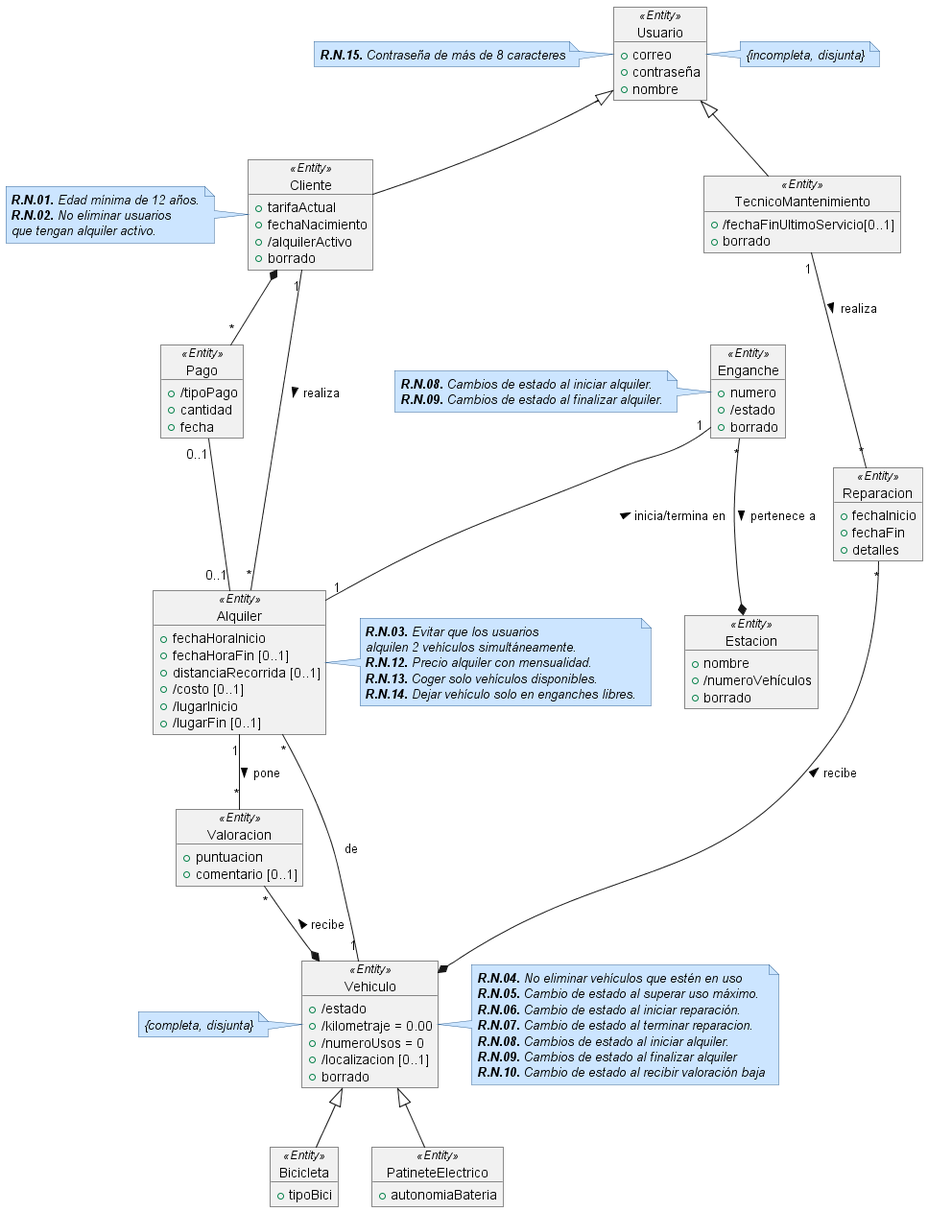
The PlantUML diagram modelos_conceptuales/DiagramaClases.png in VVF2245/EasyVPM-Database, before a commit.
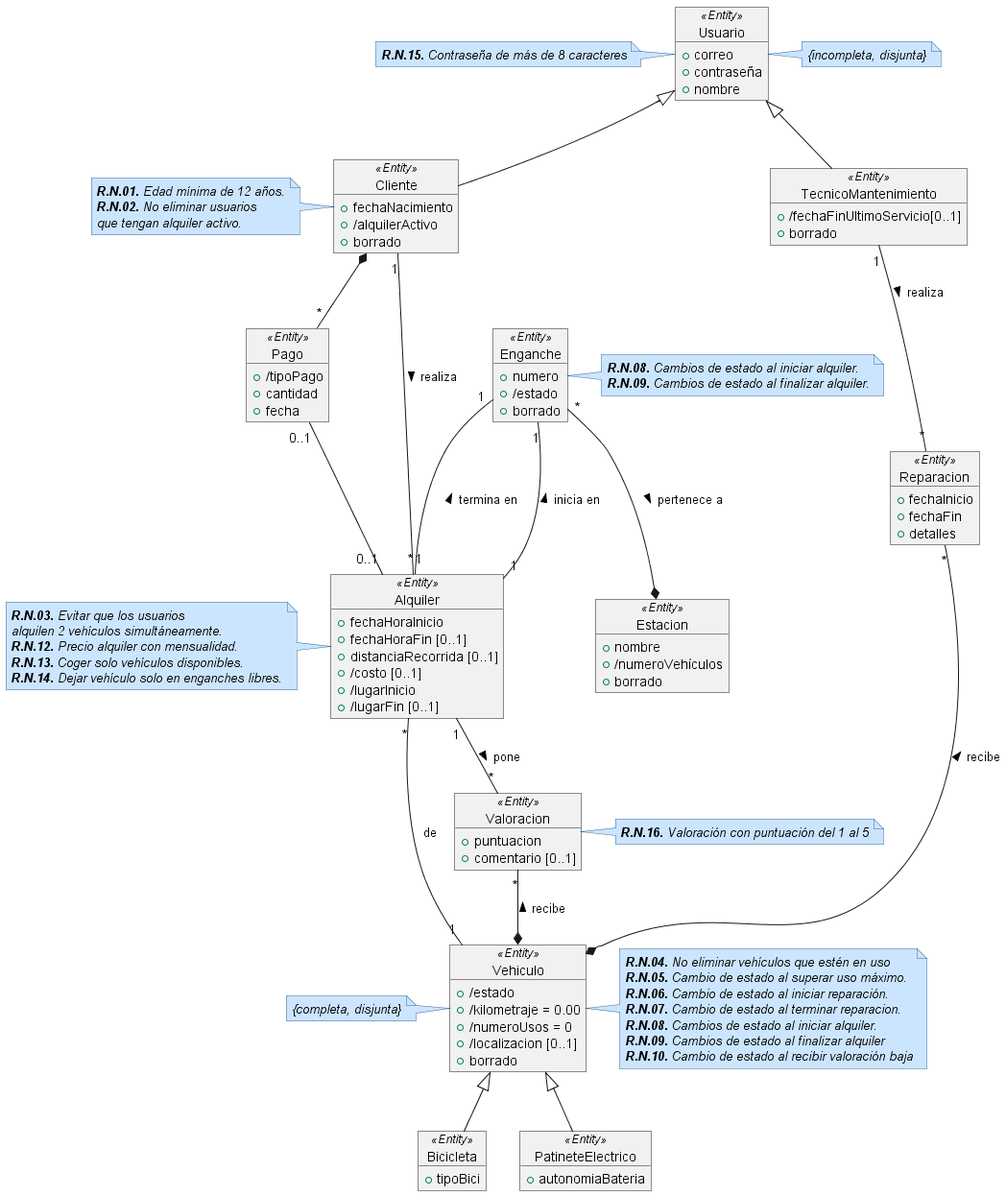
After the change.

Commit message:
Update modelos_conceptuales

What changed in the source:
```diff
@@ -18,7 +18,6 @@
 
 
 object Cliente<<Entity>> {
-    +tarifaActual
     +fechaNacimiento
     +/alquilerActivo
     +borrado
@@ -51,6 +50,9 @@
     +puntuacion
     +comentario [0..1]
 }
+note right
+**R.N.16.** Valoración con puntuación del 1 al 5
+end note
 
 object Alquiler<<Entity>> {
     +fechaHoraInicio
@@ -60,7 +62,7 @@
     +/lugarInicio
     +/lugarFin [0..1]
 }
-note right
+note left
 **R.N.03.** Evitar que los usuarios
 alquilen 2 vehículos simultáneamente.
 **R.N.12.** Precio alquiler con mensualidad.
@@ -97,7 +99,7 @@
     +/estado
     +borrado
 }
-note left
+note right
  **R.N.08.** Cambios de estado al iniciar alquiler.
  **R.N.09.** Cambios de estado al finalizar alquiler.
 end note
@@ -121,8 +123,8 @@
 TecnicoMantenimiento "1"--"*" Reparacion : realiza >
 Reparacion "*"--* Vehiculo : recibe <
 
-Enganche "1" --"1" Alquiler: inicia/termina en <
-
+Enganche "1" --"1" Alquiler: inicia en <
+Enganche "1" --"1" Alquiler: termina en <
 
 Cliente "1"--"*"  Alquiler: realiza >
 
```
